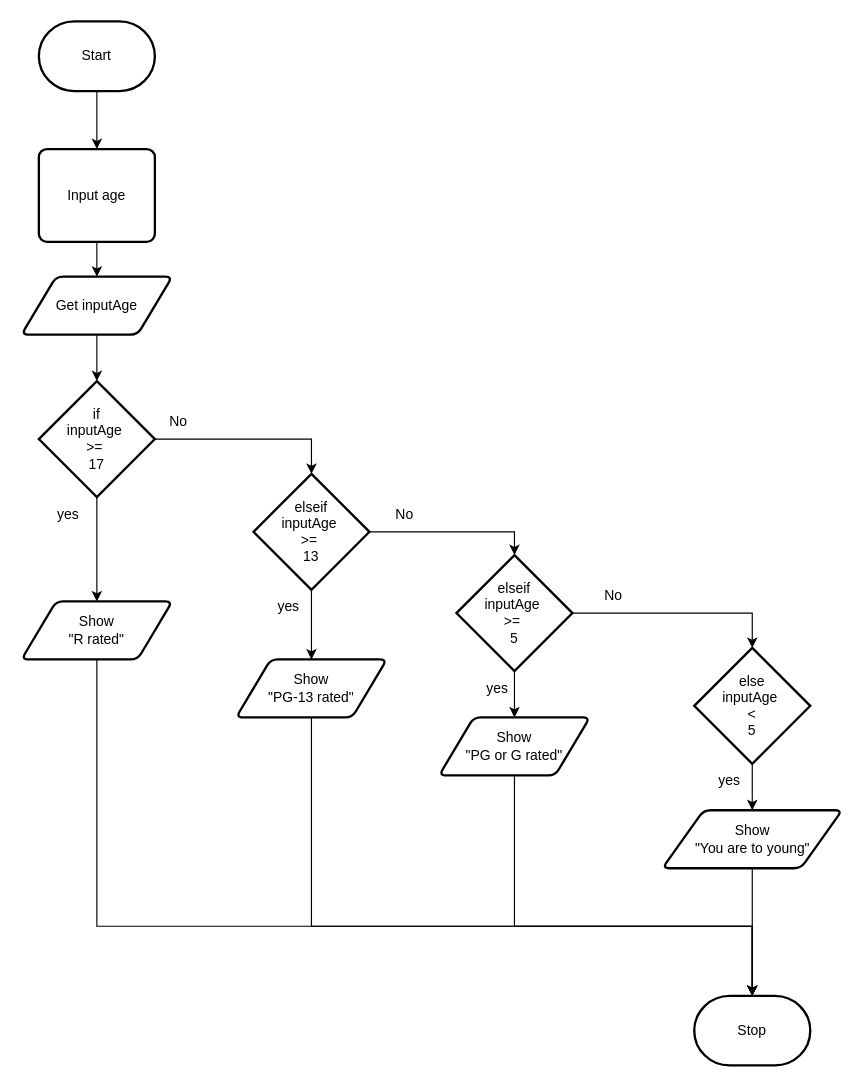
Earlier version of the draw.io diagram design/flowchart.drawio (MTHS-ICD2O-1-2024/ICD2O-Unit-5-03-Domenic-dangelo). Source tidied: cells renumbered, new cells numbered last; positions are measured from the earlier drawing's top-left corner, leaving out a move shared by most shapes. Both pictures are drawn from the tidied source at 116%, with x=0, y=0 at pixel (21, 21).
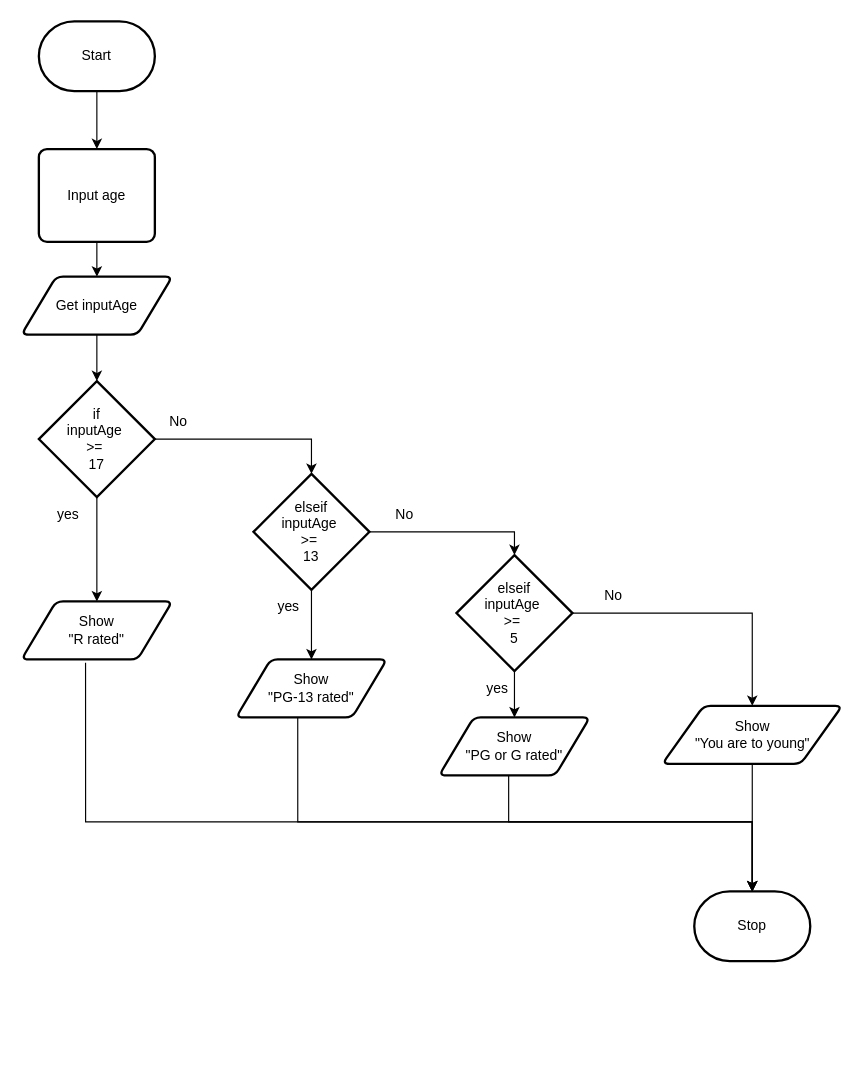
The same page after the edit.

Commit message (it also covers changes not shown here):
flowchart else

Unchanged cells that the change refers to:
```xml
<mxCell id="13" value="Show&lt;div&gt;&quot;R rated&quot;&lt;/div&gt;" style="shape=parallelogram;html=1;strokeWidth=2;perimeter=parallelogramPerimeter;whiteSpace=wrap;rounded=1;arcSize=12;size=0.23;" parent="1" vertex="1">
  <mxGeometry y="500" width="130" height="50" as="geometry" />
</mxCell>
<mxCell id="15" value="Show&lt;div&gt;&quot;PG-13 rated&quot;&lt;/div&gt;" style="shape=parallelogram;html=1;strokeWidth=2;perimeter=parallelogramPerimeter;whiteSpace=wrap;rounded=1;arcSize=12;size=0.23;" parent="1" vertex="1">
  <mxGeometry x="185" y="550" width="130" height="50" as="geometry" />
</mxCell>
<mxCell id="17" value="elseif&lt;div&gt;inputAge&amp;nbsp;&lt;/div&gt;&lt;div&gt;&amp;gt;=&amp;nbsp;&lt;/div&gt;&lt;div&gt;5&lt;/div&gt;" style="strokeWidth=2;html=1;shape=mxgraph.flowchart.decision;whiteSpace=wrap;" parent="1" vertex="1">
  <mxGeometry x="375" y="460" width="100" height="100" as="geometry" />
</mxCell>
<mxCell id="19" value="Show&lt;div&gt;&quot;PG or G rated&quot;&lt;/div&gt;" style="shape=parallelogram;html=1;strokeWidth=2;perimeter=parallelogramPerimeter;whiteSpace=wrap;rounded=1;arcSize=12;size=0.23;" parent="1" vertex="1">
  <mxGeometry x="360" y="600" width="130" height="50" as="geometry" />
</mxCell>
```

Change to the diagram source:
```diff
@@
     <mxCell id="4" value="Stop" style="strokeWidth=2;html=1;shape=mxgraph.flowchart.terminator;whiteSpace=wrap;" parent="1" vertex="1">
-      <mxGeometry x="580" y="840" width="100" height="60" as="geometry" />
+      <mxGeometry x="580" y="750" width="100" height="60" as="geometry" />
     </mxCell>
@@
+    <mxCell id="22" style="edgeStyle=orthogonalEdgeStyle;shape=connector;curved=0;rounded=0;html=1;exitX=0.409;exitY=1.002;exitDx=0;exitDy=0;strokeColor=default;align=center;verticalAlign=middle;fontFamily=Helvetica;fontSize=11;fontColor=default;labelBackgroundColor=default;endArrow=classic;exitPerimeter=0;entryX=0.5;entryY=0;entryDx=0;entryDy=0;entryPerimeter=0;" parent="1" edge="1" source="15" target="4">
+      <mxGeometry relative="1" as="geometry">
+        <Array as="points">
+          <mxPoint x="238" y="690" />
+          <mxPoint x="630" y="690" />
+        </Array>
+      </mxGeometry>
+    </mxCell>
@@
+    <mxCell id="35" style="edgeStyle=orthogonalEdgeStyle;html=1;exitX=1;exitY=0.5;exitDx=0;exitDy=0;exitPerimeter=0;entryX=0.5;entryY=0;entryDx=0;entryDy=0;rounded=0;curved=0;" parent="1" edge="1" source="17" target="31">
+      <mxGeometry relative="1" as="geometry" />
+    </mxCell>
@@
-    <mxCell id="18" style="edgeStyle=orthogonalEdgeStyle;shape=connector;rounded=0;html=1;exitX=0.5;exitY=1;exitDx=0;exitDy=0;strokeColor=default;align=center;verticalAlign=middle;fontFamily=Helvetica;fontSize=11;fontColor=default;labelBackgroundColor=default;endArrow=classic;entryX=0.5;entryY=0;entryDx=0;entryDy=0;entryPerimeter=0;" parent="1" edge="1" source="19" target="4">
-      <mxGeometry relative="1" as="geometry">
-        <Array as="points">
-          <mxPoint x="425" y="780" />
-          <mxPoint x="630" y="780" />
-        </Array>
-      </mxGeometry>
-    </mxCell>
@@
-    <mxCell id="21" style="edgeStyle=orthogonalEdgeStyle;shape=connector;rounded=0;html=1;exitX=0.5;exitY=1;exitDx=0;exitDy=0;strokeColor=default;align=center;verticalAlign=middle;fontFamily=Helvetica;fontSize=11;fontColor=default;labelBackgroundColor=default;endArrow=classic;entryX=0.5;entryY=0;entryDx=0;entryDy=0;entryPerimeter=0;" parent="1" edge="1" source="13" target="4">
-      <mxGeometry relative="1" as="geometry">
-        <Array as="points">
-          <mxPoint x="65" y="780" />
-          <mxPoint x="630" y="780" />
-        </Array>
-      </mxGeometry>
-    </mxCell>
-    <mxCell id="22" style="edgeStyle=orthogonalEdgeStyle;shape=connector;rounded=0;html=1;exitX=0.5;exitY=1;exitDx=0;exitDy=0;strokeColor=default;align=center;verticalAlign=middle;fontFamily=Helvetica;fontSize=11;fontColor=default;labelBackgroundColor=default;endArrow=classic;entryX=0.5;entryY=0;entryDx=0;entryDy=0;entryPerimeter=0;" parent="1" edge="1" source="15" target="4">
-      <mxGeometry relative="1" as="geometry">
-        <Array as="points">
-          <mxPoint x="250" y="780" />
-          <mxPoint x="630" y="780" />
-        </Array>
-      </mxGeometry>
-    </mxCell>
@@
-    <mxCell id="28" style="edgeStyle=none;html=1;exitX=0.5;exitY=1;exitDx=0;exitDy=0;exitPerimeter=0;entryX=0.5;entryY=0;entryDx=0;entryDy=0;" parent="1" edge="1" source="29" target="31">
-      <mxGeometry relative="1" as="geometry" />
+    <mxCell id="28" style="edgeStyle=none;html=1;exitX=0.5;exitY=1;exitDx=0;exitDy=0;exitPerimeter=0;entryX=0.5;entryY=0;entryDx=0;entryDy=0;" parent="1" edge="1" target="31">
+      <mxGeometry relative="1" as="geometry">
+        <mxPoint x="630" y="640" as="sourcePoint" />
+      </mxGeometry>
     </mxCell>
-    <mxCell id="29" value="else&lt;div&gt;inputAge&amp;nbsp;&lt;/div&gt;&lt;div&gt;&amp;lt;&lt;/div&gt;&lt;div&gt;5&lt;/div&gt;" style="strokeWidth=2;html=1;shape=mxgraph.flowchart.decision;whiteSpace=wrap;" parent="1" vertex="1">
-      <mxGeometry x="580" y="540" width="100" height="100" as="geometry" />
-    </mxCell>
-    <mxCell id="30" style="edgeStyle=orthogonalEdgeStyle;html=1;exitX=1;exitY=0.5;exitDx=0;exitDy=0;exitPerimeter=0;entryX=0.5;entryY=0;entryDx=0;entryDy=0;entryPerimeter=0;rounded=0;" parent="1" edge="1" source="17" target="29">
-      <mxGeometry relative="1" as="geometry" />
-    </mxCell>
     <mxCell id="31" value="Show&lt;div&gt;&quot;You are to young&quot;&lt;/div&gt;" style="shape=parallelogram;html=1;strokeWidth=2;perimeter=parallelogramPerimeter;whiteSpace=wrap;rounded=1;arcSize=12;size=0.23;" parent="1" vertex="1">
-      <mxGeometry x="552.5" y="680" width="155" height="50" as="geometry" />
+      <mxGeometry x="552.5" y="590" width="155" height="50" as="geometry" />
     </mxCell>
@@
-    <mxCell id="34" value="yes" style="text;html=1;align=center;verticalAlign=middle;strokeColor=none;fillColor=none;" parent="1" vertex="1">
-      <mxGeometry x="590" y="640" width="40" height="30" as="geometry" />
-    </mxCell>
+    <mxCell id="18" style="edgeStyle=orthogonalEdgeStyle;html=1;exitX=0.5;exitY=1;exitDx=0;exitDy=0;rounded=0;curved=0;entryX=0.5;entryY=0;entryDx=0;entryDy=0;entryPerimeter=0;" parent="1" edge="1" source="19" target="4">
+      <mxGeometry relative="1" as="geometry">
+        <Array as="points">
+          <mxPoint x="420" y="650" />
+          <mxPoint x="420" y="690" />
+          <mxPoint x="630" y="690" />
+        </Array>
+      </mxGeometry>
+    </mxCell>
+    <mxCell id="21" style="edgeStyle=orthogonalEdgeStyle;shape=connector;curved=0;rounded=0;html=1;exitX=0.425;exitY=1.055;exitDx=0;exitDy=0;strokeColor=default;align=center;verticalAlign=middle;fontFamily=Helvetica;fontSize=11;fontColor=default;labelBackgroundColor=default;endArrow=classic;exitPerimeter=0;entryX=0.5;entryY=0;entryDx=0;entryDy=0;entryPerimeter=0;" parent="1" edge="1" source="13" target="4">
+      <mxGeometry relative="1" as="geometry">
+        <Array as="points">
+          <mxPoint x="55" y="690" />
+          <mxPoint x="630" y="690" />
+        </Array>
+      </mxGeometry>
+    </mxCell>
```
